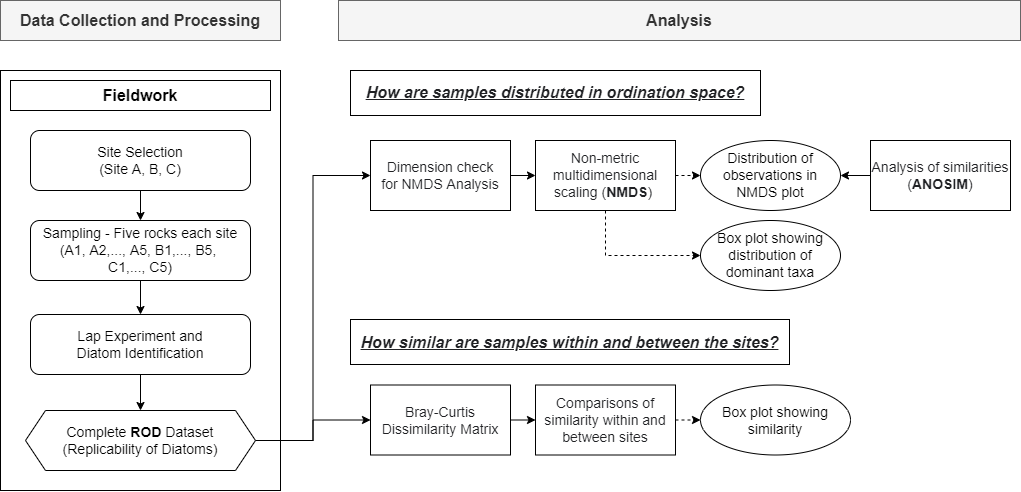
This is Chapter4_Flowchart.png from muyeoljung/PhD_Studyarea, a draw.io export, as it was before one commit. Source tidied: cells renumbered, new cells last; positions are measured from the earlier drawing's top-left corner, leaving out a move shared by most shapes. The source it was exported from:
```xml
<mxGraphModel>
  <root>
    <mxCell id="0" />
    <mxCell id="1" parent="0" />
    <mxCell id="2" style="rounded=0;whiteSpace=wrap;html=1;" parent="1" vertex="1">
      <mxGeometry y="70" width="280" height="420" as="geometry" />
    </mxCell>
    <mxCell id="3" value="&lt;font size=&quot;1&quot;&gt;&lt;b style=&quot;font-size: 16px&quot;&gt;Fieldwork&lt;/b&gt;&lt;/font&gt;" style="rounded=0;whiteSpace=wrap;html=1;" parent="1" vertex="1">
      <mxGeometry x="10" y="80" width="260" height="30" as="geometry" />
    </mxCell>
    <mxCell id="4" style="edgeStyle=orthogonalEdgeStyle;rounded=0;jettySize=auto;html=1;exitX=0.5;exitY=1;exitDx=0;exitDy=0;entryX=0.5;entryY=0;entryDx=0;entryDy=0;" parent="1" edge="1" source="5" target="7">
      <mxGeometry relative="1" as="geometry" />
    </mxCell>
    <mxCell id="5" value="&lt;font style=&quot;font-size: 14px&quot;&gt;Site Selection&lt;br&gt;(Site A, B, C)&lt;/font&gt;" style="rounded=1;whiteSpace=wrap;html=1;" parent="1" vertex="1">
      <mxGeometry x="30" y="130" width="220" height="60" as="geometry" />
    </mxCell>
    <mxCell id="6" style="edgeStyle=orthogonalEdgeStyle;rounded=0;jettySize=auto;html=1;exitX=0.5;exitY=1;exitDx=0;exitDy=0;entryX=0.5;entryY=0;entryDx=0;entryDy=0;" parent="1" edge="1" source="7" target="9">
      <mxGeometry relative="1" as="geometry" />
    </mxCell>
    <mxCell id="7" value="&lt;font style=&quot;font-size: 14px&quot;&gt;Sampling -&amp;nbsp;Five rocks each site&lt;br&gt;(A1, A2,..., A5, B1,..., B5, &lt;br&gt;C1,..., C5)&lt;/font&gt;" style="rounded=1;whiteSpace=wrap;html=1;" parent="1" vertex="1">
      <mxGeometry x="30" y="220" width="220" height="60" as="geometry" />
    </mxCell>
    <mxCell id="8" style="edgeStyle=orthogonalEdgeStyle;rounded=0;jettySize=auto;html=1;exitX=0.5;exitY=1;exitDx=0;exitDy=0;entryX=0.5;entryY=0;entryDx=0;entryDy=0;" parent="1" edge="1" source="9" target="19">
      <mxGeometry relative="1" as="geometry" />
    </mxCell>
    <mxCell id="9" value="&lt;font style=&quot;font-size: 14px&quot;&gt;Lap Experiment and&lt;br&gt;Diatom Identification&lt;/font&gt;" style="rounded=1;whiteSpace=wrap;html=1;" parent="1" vertex="1">
      <mxGeometry x="30" y="314" width="220" height="60" as="geometry" />
    </mxCell>
    <mxCell id="10" value="&lt;font style=&quot;font-size: 16px&quot;&gt;Analysis&lt;/font&gt;" style="rounded=0;whiteSpace=wrap;html=1;fillColor=#f5f5f5;strokeColor=#666666;fontColor=#333333;fontStyle=1;" parent="1" vertex="1">
      <mxGeometry x="338" width="682" height="40" as="geometry" />
    </mxCell>
    <mxCell id="11" style="edgeStyle=orthogonalEdgeStyle;rounded=0;jettySize=auto;html=1;exitX=1;exitY=0.5;exitDx=0;exitDy=0;entryX=0;entryY=0.5;entryDx=0;entryDy=0;dashed=1;" parent="1" edge="1" source="13" target="28">
      <mxGeometry relative="1" as="geometry" />
    </mxCell>
    <mxCell id="12" style="edgeStyle=orthogonalEdgeStyle;rounded=0;jettySize=auto;html=1;exitX=0.5;exitY=1;exitDx=0;exitDy=0;entryX=0;entryY=0.5;entryDx=0;entryDy=0;dashed=1;fontSize=14;" parent="1" edge="1" source="13" target="30">
      <mxGeometry relative="1" as="geometry" />
    </mxCell>
    <mxCell id="13" value="&lt;font style=&quot;font-size: 14px&quot;&gt;&lt;span style=&quot;color: rgb(32 , 33 , 36) ; font-family: &amp;#34;apple sd gothic neo&amp;#34; , &amp;#34;arial&amp;#34; , sans-serif ; text-align: left ; background-color: rgb(255 , 255 , 255)&quot;&gt;Non-metric multidimensional scaling (&lt;/span&gt;&lt;b style=&quot;color: rgb(32 , 33 , 36) ; font-family: &amp;#34;apple sd gothic neo&amp;#34; , &amp;#34;arial&amp;#34; , sans-serif ; text-align: left ; background-color: rgb(255 , 255 , 255)&quot;&gt;NMDS&lt;/b&gt;&lt;span style=&quot;color: rgb(32 , 33 , 36) ; font-family: &amp;#34;apple sd gothic neo&amp;#34; , &amp;#34;arial&amp;#34; , sans-serif ; text-align: left ; background-color: rgb(255 , 255 , 255)&quot;&gt;)&amp;nbsp;&lt;/span&gt;&lt;/font&gt;" style="rounded=0;whiteSpace=wrap;html=1;" parent="1" vertex="1">
      <mxGeometry x="535" y="140" width="140" height="70" as="geometry" />
    </mxCell>
    <mxCell id="14" style="edgeStyle=orthogonalEdgeStyle;rounded=0;jettySize=auto;html=1;exitX=0;exitY=0.5;exitDx=0;exitDy=0;entryX=1;entryY=0.5;entryDx=0;entryDy=0;" parent="1" edge="1" source="15" target="28">
      <mxGeometry relative="1" as="geometry" />
    </mxCell>
    <mxCell id="15" value="&lt;font style=&quot;font-size: 14px&quot;&gt;&lt;span style=&quot;color: rgb(32 , 33 , 36) ; font-family: &amp;#34;apple sd gothic neo&amp;#34; , &amp;#34;arial&amp;#34; , sans-serif ; text-align: left ; background-color: rgb(255 , 255 , 255)&quot;&gt;Analysis of similarities (&lt;/span&gt;&lt;b style=&quot;color: rgb(32 , 33 , 36) ; font-family: &amp;#34;apple sd gothic neo&amp;#34; , &amp;#34;arial&amp;#34; , sans-serif ; text-align: left ; background-color: rgb(255 , 255 , 255)&quot;&gt;ANOSIM&lt;/b&gt;&lt;span style=&quot;color: rgb(32 , 33 , 36) ; font-family: &amp;#34;apple sd gothic neo&amp;#34; , &amp;#34;arial&amp;#34; , sans-serif ; text-align: left ; background-color: rgb(255 , 255 , 255)&quot;&gt;)&lt;/span&gt;&lt;/font&gt;" style="rounded=0;whiteSpace=wrap;html=1;" parent="1" vertex="1">
      <mxGeometry x="870" y="140" width="140" height="70" as="geometry" />
    </mxCell>
    <mxCell id="16" value="&lt;font style=&quot;font-size: 16px&quot;&gt;Data Collection and Processing&lt;/font&gt;" style="rounded=0;whiteSpace=wrap;html=1;fillColor=#f5f5f5;strokeColor=#666666;fontColor=#333333;fontStyle=1;" parent="1" vertex="1">
      <mxGeometry width="280" height="40" as="geometry" />
    </mxCell>
    <mxCell id="17" style="edgeStyle=orthogonalEdgeStyle;rounded=0;jettySize=auto;html=1;exitX=1;exitY=0.5;exitDx=0;exitDy=0;entryX=0;entryY=0.5;entryDx=0;entryDy=0;" parent="1" edge="1" source="19" target="21">
      <mxGeometry relative="1" as="geometry" />
    </mxCell>
    <mxCell id="18" style="edgeStyle=orthogonalEdgeStyle;rounded=0;jettySize=auto;html=1;exitX=1;exitY=0.5;exitDx=0;exitDy=0;entryX=0;entryY=0.5;entryDx=0;entryDy=0;" parent="1" edge="1" source="19" target="27">
      <mxGeometry relative="1" as="geometry" />
    </mxCell>
    <mxCell id="19" value="&lt;font style=&quot;font-size: 14px&quot;&gt;Complete &lt;b&gt;ROD&lt;/b&gt;&amp;nbsp;Dataset&lt;br&gt;(Replicability of Diatoms)&lt;/font&gt;" style="shape=hexagon;perimeter=hexagonPerimeter2;whiteSpace=wrap;html=1;fixedSize=1;" parent="1" vertex="1">
      <mxGeometry x="25" y="410" width="230" height="60" as="geometry" />
    </mxCell>
    <mxCell id="20" style="edgeStyle=orthogonalEdgeStyle;rounded=0;jettySize=auto;html=1;exitX=1;exitY=0.5;exitDx=0;exitDy=0;entryX=0;entryY=0.5;entryDx=0;entryDy=0;" parent="1" edge="1" source="21" target="13">
      <mxGeometry relative="1" as="geometry" />
    </mxCell>
    <mxCell id="21" value="&lt;div style=&quot;font-size: 14px&quot;&gt;&lt;span style=&quot;background-color: rgb(255 , 255 , 255) ; color: rgb(32 , 33 , 36) ; font-family: &amp;#34;apple sd gothic neo&amp;#34; , &amp;#34;arial&amp;#34; , sans-serif&quot;&gt;Dimension check&lt;br&gt;for NMDS Analysis&lt;/span&gt;&lt;br&gt;&lt;/div&gt;" style="rounded=0;whiteSpace=wrap;html=1;" parent="1" vertex="1">
      <mxGeometry x="370" y="140" width="140" height="70" as="geometry" />
    </mxCell>
    <mxCell id="22" style="edgeStyle=orthogonalEdgeStyle;rounded=0;jettySize=auto;html=1;exitX=1;exitY=0.5;exitDx=0;exitDy=0;entryX=0;entryY=0.5;entryDx=0;entryDy=0;dashed=1;" parent="1" edge="1" source="23" target="29">
      <mxGeometry relative="1" as="geometry" />
    </mxCell>
    <mxCell id="23" value="&lt;div&gt;&lt;font color=&quot;#202124&quot; face=&quot;apple sd gothic neo, arial, sans-serif&quot; size=&quot;1&quot;&gt;&lt;span style=&quot;background-color: rgb(255 , 255 , 255) ; font-size: 14px&quot;&gt;Comparisons of similarity within and between sites&lt;/span&gt;&lt;/font&gt;&lt;/div&gt;" style="rounded=0;whiteSpace=wrap;html=1;align=center;" parent="1" vertex="1">
      <mxGeometry x="535" y="384.5" width="140" height="70" as="geometry" />
    </mxCell>
    <mxCell id="24" value="&lt;div&gt;&lt;font color=&quot;#202124&quot; face=&quot;apple sd gothic neo, arial, sans-serif&quot;&gt;&lt;span style=&quot;font-size: 16px ; background-color: rgb(255 , 255 , 255)&quot;&gt;How are samples distributed in ordination space?&lt;/span&gt;&lt;/font&gt;&lt;/div&gt;" style="rounded=0;whiteSpace=wrap;html=1;align=center;fontStyle=7;" parent="1" vertex="1">
      <mxGeometry x="350" y="70" width="410" height="45" as="geometry" />
    </mxCell>
    <mxCell id="25" value="&lt;div&gt;&lt;font color=&quot;#202124&quot; face=&quot;apple sd gothic neo, arial, sans-serif&quot;&gt;&lt;span style=&quot;font-size: 16px ; background-color: rgb(255 , 255 , 255)&quot;&gt;How similar are samples within and between the sites?&lt;/span&gt;&lt;/font&gt;&lt;/div&gt;" style="rounded=0;whiteSpace=wrap;html=1;align=center;fontStyle=7;" parent="1" vertex="1">
      <mxGeometry x="350" y="319" width="439" height="45" as="geometry" />
    </mxCell>
    <mxCell id="26" style="edgeStyle=orthogonalEdgeStyle;rounded=0;jettySize=auto;html=1;exitX=1;exitY=0.5;exitDx=0;exitDy=0;entryX=0;entryY=0.5;entryDx=0;entryDy=0;" parent="1" edge="1" source="27" target="23">
      <mxGeometry relative="1" as="geometry" />
    </mxCell>
    <mxCell id="27" value="&lt;div&gt;&lt;span style=&quot;background-color: rgb(255 , 255 , 255) ; color: rgb(32 , 33 , 36) ; font-family: &amp;#34;apple sd gothic neo&amp;#34; , &amp;#34;arial&amp;#34; , sans-serif&quot;&gt;&lt;font style=&quot;font-size: 14px&quot;&gt;Bray-Curtis Dissimilarity Matrix&lt;/font&gt;&lt;/span&gt;&lt;br&gt;&lt;/div&gt;" style="rounded=0;whiteSpace=wrap;html=1;align=center;" parent="1" vertex="1">
      <mxGeometry x="370" y="384.5" width="140" height="70" as="geometry" />
    </mxCell>
    <mxCell id="28" value="&lt;font style=&quot;font-size: 14px&quot;&gt;Distribution of observations in NMDS plot&lt;/font&gt;" style="ellipse;whiteSpace=wrap;html=1;" parent="1" vertex="1">
      <mxGeometry x="700" y="140" width="140" height="70" as="geometry" />
    </mxCell>
    <mxCell id="29" value="&lt;font style=&quot;font-size: 14px&quot;&gt;Box plot showing similarity&lt;/font&gt;" style="ellipse;whiteSpace=wrap;html=1;" parent="1" vertex="1">
      <mxGeometry x="700" y="384.5" width="150" height="70" as="geometry" />
    </mxCell>
    <mxCell id="30" value="&lt;font style=&quot;font-size: 14px&quot;&gt;Box plot showing distribution of dominant taxa&lt;/font&gt;" style="ellipse;whiteSpace=wrap;html=1;" parent="1" vertex="1">
      <mxGeometry x="700" y="220" width="140" height="70" as="geometry" />
    </mxCell>
  </root>
</mxGraphModel>
```
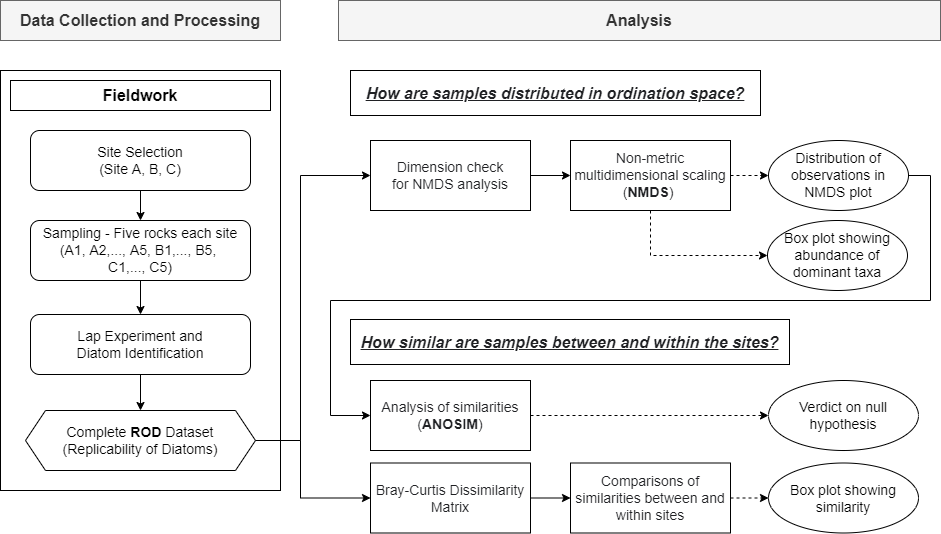
The same file after the commit.

What changed in the source:
```diff
@@ -27,7 +27,7 @@
       <mxGeometry x="30" y="314" width="220" height="60" as="geometry" />
     </mxCell>
     <mxCell id="10" value="&lt;font style=&quot;font-size: 16px&quot;&gt;Analysis&lt;/font&gt;" style="rounded=0;whiteSpace=wrap;html=1;fillColor=#f5f5f5;strokeColor=#666666;fontColor=#333333;fontStyle=1;" parent="1" vertex="1">
-      <mxGeometry x="338" width="682" height="40" as="geometry" />
+      <mxGeometry x="338" width="602" height="40" as="geometry" />
     </mxCell>
     <mxCell id="11" style="edgeStyle=orthogonalEdgeStyle;rounded=0;jettySize=auto;html=1;exitX=1;exitY=0.5;exitDx=0;exitDy=0;entryX=0;entryY=0.5;entryDx=0;entryDy=0;dashed=1;" parent="1" edge="1" source="13" target="28">
       <mxGeometry relative="1" as="geometry" />
@@ -36,22 +36,42 @@
       <mxGeometry relative="1" as="geometry" />
     </mxCell>
     <mxCell id="13" value="&lt;font style=&quot;font-size: 14px&quot;&gt;&lt;span style=&quot;color: rgb(32 , 33 , 36) ; font-family: &amp;#34;apple sd gothic neo&amp;#34; , &amp;#34;arial&amp;#34; , sans-serif ; text-align: left ; background-color: rgb(255 , 255 , 255)&quot;&gt;Non-metric multidimensional scaling (&lt;/span&gt;&lt;b style=&quot;color: rgb(32 , 33 , 36) ; font-family: &amp;#34;apple sd gothic neo&amp;#34; , &amp;#34;arial&amp;#34; , sans-serif ; text-align: left ; background-color: rgb(255 , 255 , 255)&quot;&gt;NMDS&lt;/b&gt;&lt;span style=&quot;color: rgb(32 , 33 , 36) ; font-family: &amp;#34;apple sd gothic neo&amp;#34; , &amp;#34;arial&amp;#34; , sans-serif ; text-align: left ; background-color: rgb(255 , 255 , 255)&quot;&gt;)&amp;nbsp;&lt;/span&gt;&lt;/font&gt;" style="rounded=0;whiteSpace=wrap;html=1;" parent="1" vertex="1">
-      <mxGeometry x="535" y="140" width="140" height="70" as="geometry" />
+      <mxGeometry x="570" y="140" width="160" height="70" as="geometry" />
     </mxCell>
-    <mxCell id="14" style="edgeStyle=orthogonalEdgeStyle;rounded=0;jettySize=auto;html=1;exitX=0;exitY=0.5;exitDx=0;exitDy=0;entryX=1;entryY=0.5;entryDx=0;entryDy=0;" parent="1" edge="1" source="15" target="28">
-      <mxGeometry relative="1" as="geometry" />
+    <mxCell id="14" style="edgeStyle=orthogonalEdgeStyle;rounded=0;jettySize=auto;html=1;exitX=0;exitY=0.5;exitDx=0;exitDy=0;entryX=1;entryY=0.5;entryDx=0;entryDy=0;startArrow=classic;startFill=1;endArrow=none;endFill=0;" parent="1" edge="1" source="15" target="28">
+      <mxGeometry relative="1" as="geometry">
+        <Array as="points">
+          <mxPoint x="330" y="415" />
+          <mxPoint x="330" y="300" />
+          <mxPoint x="930" y="300" />
+          <mxPoint x="930" y="175" />
+        </Array>
+      </mxGeometry>
     </mxCell>
+    <mxCell id="31" style="edgeStyle=orthogonalEdgeStyle;rounded=0;jettySize=auto;html=1;exitX=1;exitY=0.5;exitDx=0;exitDy=0;entryX=0;entryY=0.5;entryDx=0;entryDy=0;startArrow=none;startFill=0;endArrow=classic;endFill=1;dashed=1;" parent="1" edge="1" source="15" target="32">
+      <mxGeometry relative="1" as="geometry" />
+    </mxCell>
     <mxCell id="15" value="&lt;font style=&quot;font-size: 14px&quot;&gt;&lt;span style=&quot;color: rgb(32 , 33 , 36) ; font-family: &amp;#34;apple sd gothic neo&amp;#34; , &amp;#34;arial&amp;#34; , sans-serif ; text-align: left ; background-color: rgb(255 , 255 , 255)&quot;&gt;Analysis of similarities (&lt;/span&gt;&lt;b style=&quot;color: rgb(32 , 33 , 36) ; font-family: &amp;#34;apple sd gothic neo&amp;#34; , &amp;#34;arial&amp;#34; , sans-serif ; text-align: left ; background-color: rgb(255 , 255 , 255)&quot;&gt;ANOSIM&lt;/b&gt;&lt;span style=&quot;color: rgb(32 , 33 , 36) ; font-family: &amp;#34;apple sd gothic neo&amp;#34; , &amp;#34;arial&amp;#34; , sans-serif ; text-align: left ; background-color: rgb(255 , 255 , 255)&quot;&gt;)&lt;/span&gt;&lt;/font&gt;" style="rounded=0;whiteSpace=wrap;html=1;" parent="1" vertex="1">
-      <mxGeometry x="870" y="140" width="140" height="70" as="geometry" />
+      <mxGeometry x="370" y="380" width="160" height="70" as="geometry" />
     </mxCell>
     <mxCell id="16" value="&lt;font style=&quot;font-size: 16px&quot;&gt;Data Collection and Processing&lt;/font&gt;" style="rounded=0;whiteSpace=wrap;html=1;fillColor=#f5f5f5;strokeColor=#666666;fontColor=#333333;fontStyle=1;" parent="1" vertex="1">
       <mxGeometry width="280" height="40" as="geometry" />
     </mxCell>
     <mxCell id="17" style="edgeStyle=orthogonalEdgeStyle;rounded=0;jettySize=auto;html=1;exitX=1;exitY=0.5;exitDx=0;exitDy=0;entryX=0;entryY=0.5;entryDx=0;entryDy=0;" parent="1" edge="1" source="19" target="21">
-      <mxGeometry relative="1" as="geometry" />
+      <mxGeometry relative="1" as="geometry">
+        <Array as="points">
+          <mxPoint x="300" y="440" />
+          <mxPoint x="300" y="175" />
+        </Array>
+      </mxGeometry>
     </mxCell>
     <mxCell id="18" style="edgeStyle=orthogonalEdgeStyle;rounded=0;jettySize=auto;html=1;exitX=1;exitY=0.5;exitDx=0;exitDy=0;entryX=0;entryY=0.5;entryDx=0;entryDy=0;" parent="1" edge="1" source="19" target="27">
-      <mxGeometry relative="1" as="geometry" />
+      <mxGeometry relative="1" as="geometry">
+        <Array as="points">
+          <mxPoint x="300" y="440" />
+          <mxPoint x="300" y="498" />
+        </Array>
+      </mxGeometry>
     </mxCell>
     <mxCell id="19" value="&lt;font style=&quot;font-size: 14px&quot;&gt;Complete &lt;b&gt;ROD&lt;/b&gt;&amp;nbsp;Dataset&lt;br&gt;(Replicability of Diatoms)&lt;/font&gt;" style="shape=hexagon;perimeter=hexagonPerimeter2;whiteSpace=wrap;html=1;fixedSize=1;" parent="1" vertex="1">
       <mxGeometry x="25" y="410" width="230" height="60" as="geometry" />
@@ -59,35 +79,38 @@
     <mxCell id="20" style="edgeStyle=orthogonalEdgeStyle;rounded=0;jettySize=auto;html=1;exitX=1;exitY=0.5;exitDx=0;exitDy=0;entryX=0;entryY=0.5;entryDx=0;entryDy=0;" parent="1" edge="1" source="21" target="13">
       <mxGeometry relative="1" as="geometry" />
     </mxCell>
-    <mxCell id="21" value="&lt;div style=&quot;font-size: 14px&quot;&gt;&lt;span style=&quot;background-color: rgb(255 , 255 , 255) ; color: rgb(32 , 33 , 36) ; font-family: &amp;#34;apple sd gothic neo&amp;#34; , &amp;#34;arial&amp;#34; , sans-serif&quot;&gt;Dimension check&lt;br&gt;for NMDS Analysis&lt;/span&gt;&lt;br&gt;&lt;/div&gt;" style="rounded=0;whiteSpace=wrap;html=1;" parent="1" vertex="1">
-      <mxGeometry x="370" y="140" width="140" height="70" as="geometry" />
+    <mxCell id="21" value="&lt;div style=&quot;font-size: 14px&quot;&gt;&lt;span style=&quot;background-color: rgb(255 , 255 , 255) ; color: rgb(32 , 33 , 36) ; font-family: &amp;#34;apple sd gothic neo&amp;#34; , &amp;#34;arial&amp;#34; , sans-serif&quot;&gt;Dimension check&lt;br&gt;for NMDS analysis&lt;/span&gt;&lt;br&gt;&lt;/div&gt;" style="rounded=0;whiteSpace=wrap;html=1;" parent="1" vertex="1">
+      <mxGeometry x="370" y="140" width="160" height="70" as="geometry" />
     </mxCell>
     <mxCell id="22" style="edgeStyle=orthogonalEdgeStyle;rounded=0;jettySize=auto;html=1;exitX=1;exitY=0.5;exitDx=0;exitDy=0;entryX=0;entryY=0.5;entryDx=0;entryDy=0;dashed=1;" parent="1" edge="1" source="23" target="29">
       <mxGeometry relative="1" as="geometry" />
     </mxCell>
-    <mxCell id="23" value="&lt;div&gt;&lt;font color=&quot;#202124&quot; face=&quot;apple sd gothic neo, arial, sans-serif&quot; size=&quot;1&quot;&gt;&lt;span style=&quot;background-color: rgb(255 , 255 , 255) ; font-size: 14px&quot;&gt;Comparisons of similarity within and between sites&lt;/span&gt;&lt;/font&gt;&lt;/div&gt;" style="rounded=0;whiteSpace=wrap;html=1;align=center;" parent="1" vertex="1">
-      <mxGeometry x="535" y="384.5" width="140" height="70" as="geometry" />
+    <mxCell id="23" value="&lt;div&gt;&lt;font color=&quot;#202124&quot; face=&quot;apple sd gothic neo, arial, sans-serif&quot; size=&quot;1&quot;&gt;&lt;span style=&quot;background-color: rgb(255 , 255 , 255) ; font-size: 14px&quot;&gt;Comparisons of similarities between and&lt;/span&gt;&lt;/font&gt;&lt;/div&gt;&lt;span style=&quot;color: rgb(32 , 33 , 36) ; font-family: &amp;#34;apple sd gothic neo&amp;#34; , &amp;#34;arial&amp;#34; , sans-serif ; font-size: 14px ; background-color: rgb(255 , 255 , 255)&quot;&gt;within&amp;nbsp;&lt;/span&gt;&lt;span style=&quot;background-color: rgb(255 , 255 , 255) ; font-size: 14px ; color: rgb(32 , 33 , 36) ; font-family: &amp;#34;apple sd gothic neo&amp;#34; , &amp;#34;arial&amp;#34; , sans-serif&quot;&gt;sites&lt;/span&gt;&lt;span style=&quot;color: rgb(32 , 33 , 36) ; font-family: &amp;#34;apple sd gothic neo&amp;#34; , &amp;#34;arial&amp;#34; , sans-serif ; font-size: 14px ; background-color: rgb(255 , 255 , 255)&quot;&gt;&lt;br&gt;&lt;/span&gt;" style="rounded=0;whiteSpace=wrap;html=1;align=center;" parent="1" vertex="1">
+      <mxGeometry x="570" y="462.5" width="160" height="70" as="geometry" />
     </mxCell>
     <mxCell id="24" value="&lt;div&gt;&lt;font color=&quot;#202124&quot; face=&quot;apple sd gothic neo, arial, sans-serif&quot;&gt;&lt;span style=&quot;font-size: 16px ; background-color: rgb(255 , 255 , 255)&quot;&gt;How are samples distributed in ordination space?&lt;/span&gt;&lt;/font&gt;&lt;/div&gt;" style="rounded=0;whiteSpace=wrap;html=1;align=center;fontStyle=7;" parent="1" vertex="1">
       <mxGeometry x="350" y="70" width="410" height="45" as="geometry" />
     </mxCell>
-    <mxCell id="25" value="&lt;div&gt;&lt;font color=&quot;#202124&quot; face=&quot;apple sd gothic neo, arial, sans-serif&quot;&gt;&lt;span style=&quot;font-size: 16px ; background-color: rgb(255 , 255 , 255)&quot;&gt;How similar are samples within and between the sites?&lt;/span&gt;&lt;/font&gt;&lt;/div&gt;" style="rounded=0;whiteSpace=wrap;html=1;align=center;fontStyle=7;" parent="1" vertex="1">
+    <mxCell id="25" value="&lt;div&gt;&lt;font color=&quot;#202124&quot; face=&quot;apple sd gothic neo, arial, sans-serif&quot;&gt;&lt;span style=&quot;font-size: 16px ; background-color: rgb(255 , 255 , 255)&quot;&gt;How similar are samples between and within the sites?&lt;/span&gt;&lt;/font&gt;&lt;/div&gt;" style="rounded=0;whiteSpace=wrap;html=1;align=center;fontStyle=7;" parent="1" vertex="1">
       <mxGeometry x="350" y="319" width="439" height="45" as="geometry" />
     </mxCell>
     <mxCell id="26" style="edgeStyle=orthogonalEdgeStyle;rounded=0;jettySize=auto;html=1;exitX=1;exitY=0.5;exitDx=0;exitDy=0;entryX=0;entryY=0.5;entryDx=0;entryDy=0;" parent="1" edge="1" source="27" target="23">
       <mxGeometry relative="1" as="geometry" />
     </mxCell>
     <mxCell id="27" value="&lt;div&gt;&lt;span style=&quot;background-color: rgb(255 , 255 , 255) ; color: rgb(32 , 33 , 36) ; font-family: &amp;#34;apple sd gothic neo&amp;#34; , &amp;#34;arial&amp;#34; , sans-serif&quot;&gt;&lt;font style=&quot;font-size: 14px&quot;&gt;Bray-Curtis Dissimilarity Matrix&lt;/font&gt;&lt;/span&gt;&lt;br&gt;&lt;/div&gt;" style="rounded=0;whiteSpace=wrap;html=1;align=center;" parent="1" vertex="1">
-      <mxGeometry x="370" y="384.5" width="140" height="70" as="geometry" />
+      <mxGeometry x="370" y="462.5" width="160" height="70" as="geometry" />
     </mxCell>
     <mxCell id="28" value="&lt;font style=&quot;font-size: 14px&quot;&gt;Distribution of observations in NMDS plot&lt;/font&gt;" style="ellipse;whiteSpace=wrap;html=1;" parent="1" vertex="1">
-      <mxGeometry x="700" y="140" width="140" height="70" as="geometry" />
+      <mxGeometry x="768" y="140" width="140" height="70" as="geometry" />
     </mxCell>
     <mxCell id="29" value="&lt;font style=&quot;font-size: 14px&quot;&gt;Box plot showing similarity&lt;/font&gt;" style="ellipse;whiteSpace=wrap;html=1;" parent="1" vertex="1">
-      <mxGeometry x="700" y="384.5" width="150" height="70" as="geometry" />
+      <mxGeometry x="768" y="462.5" width="150" height="70" as="geometry" />
     </mxCell>
-    <mxCell id="30" value="&lt;font style=&quot;font-size: 14px&quot;&gt;Box plot showing distribution of dominant taxa&lt;/font&gt;" style="ellipse;whiteSpace=wrap;html=1;" parent="1" vertex="1">
-      <mxGeometry x="700" y="220" width="140" height="70" as="geometry" />
+    <mxCell id="30" value="&lt;font style=&quot;font-size: 14px&quot;&gt;Box plot showing abundance of dominant taxa&lt;/font&gt;" style="ellipse;whiteSpace=wrap;html=1;" parent="1" vertex="1">
+      <mxGeometry x="767" y="220" width="140" height="70" as="geometry" />
     </mxCell>
+    <mxCell id="32" value="&lt;font style=&quot;font-size: 14px&quot;&gt;Verdict on null hypothesis&lt;/font&gt;" style="ellipse;whiteSpace=wrap;html=1;" parent="1" vertex="1">
+      <mxGeometry x="768" y="380" width="150" height="70" as="geometry" />
+    </mxCell>
   </root>
 </mxGraphModel>
```
